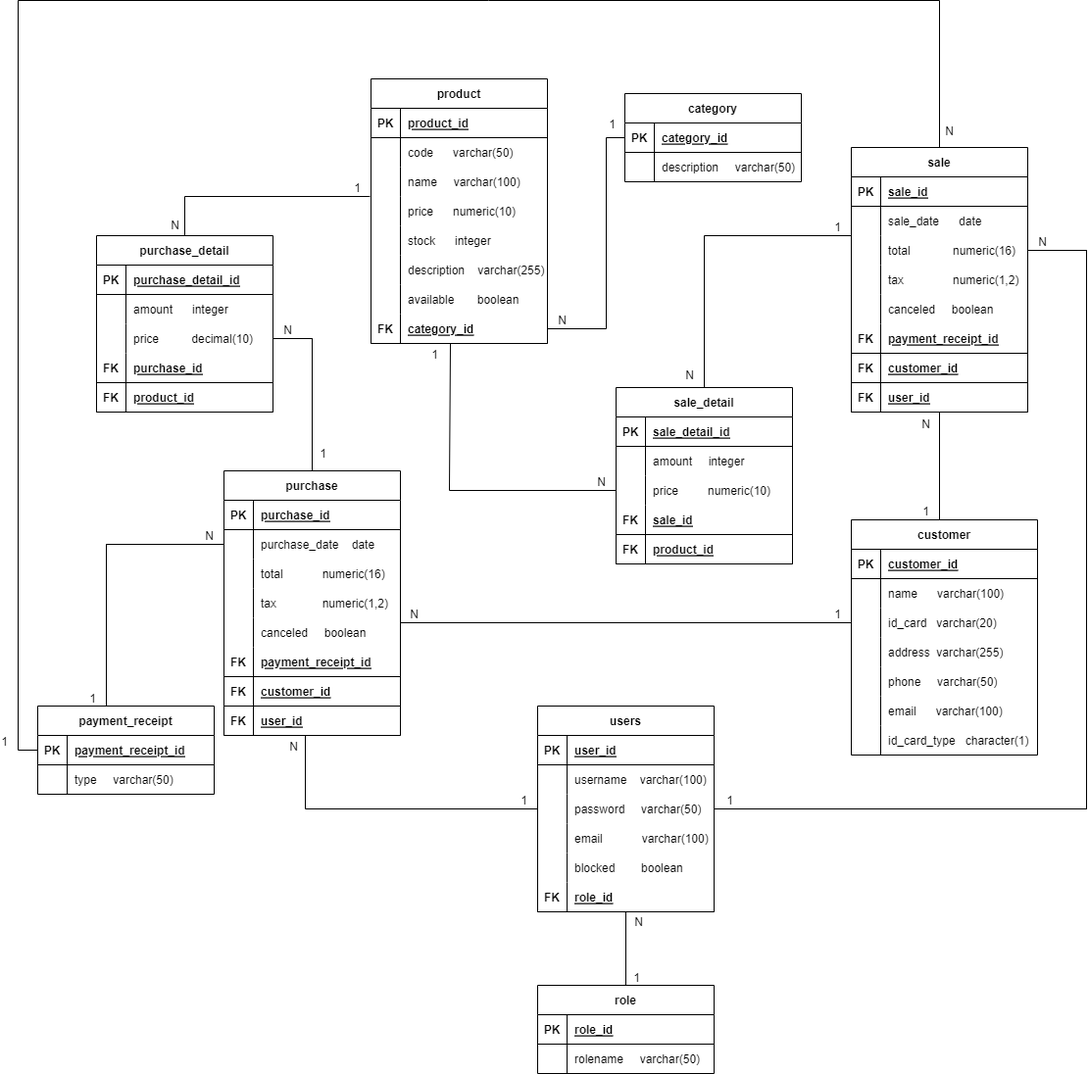
Earlier version of the draw.io export Database_inventory_Model.drawio.png (andreslond/inventory-microservices). Source tidied: cells renumbered, new cells last; positions are measured from the earlier drawing's top-left corner, leaving out a move shared by most shapes.
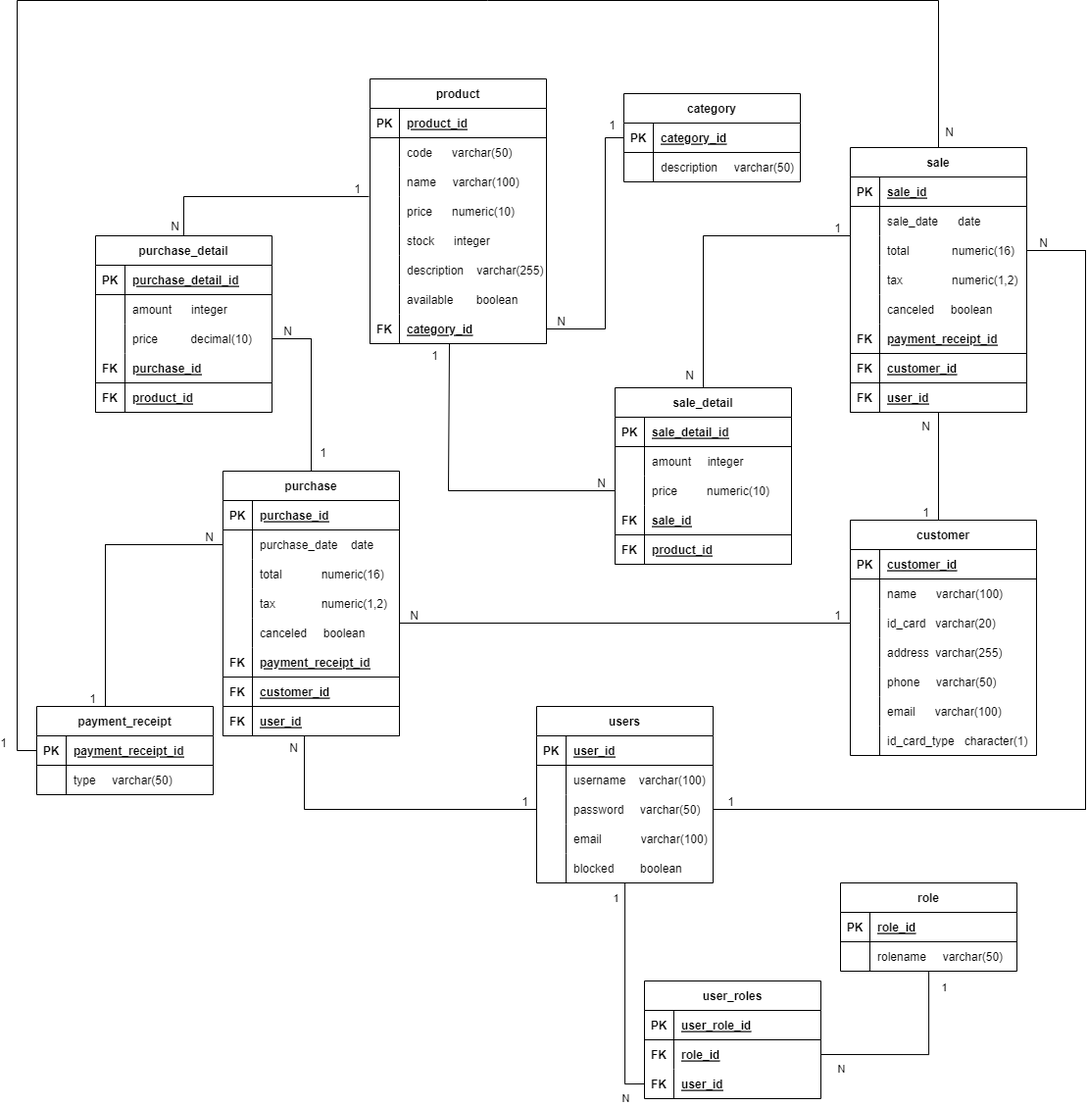
After the change.

Commit message:
Updateed diagram.

What changed in the source:
```diff
@@ -484,8 +484,16 @@
     <mxCell id="149" value="id_card_type   character(1)" style="shape=partialRectangle;fillColor=none;top=0;left=0;bottom=0;right=0;align=left;spacingLeft=6;overflow=hidden;" parent="147" vertex="1">
       <mxGeometry x="30" width="160" height="30" as="geometry" />
     </mxCell>
+    <mxCell id="212" value="N" style="edgeStyle=orthogonalEdgeStyle;jettySize=auto;html=1;entryX=0;entryY=0.5;entryDx=0;entryDy=0;strokeColor=default;rounded=0;startArrow=none;startFill=0;endArrow=none;endFill=0;" parent="1" edge="1" source="150" target="222">
+      <mxGeometry x="0.82" y="-15" relative="1" as="geometry" />
+    </mxCell>
+    <mxCell id="213" value="1" style="edgeLabel;html=1;align=center;verticalAlign=middle;" parent="212" vertex="1">
+      <mxGeometry x="-0.8" y="-1" relative="1" as="geometry">
+        <mxPoint x="-9" y="-7" as="offset" />
+      </mxGeometry>
+    </mxCell>
     <mxCell id="150" value="users" style="shape=table;startSize=30;rowLines=0;fontStyle=1;align=center;" parent="1" vertex="1">
-      <mxGeometry x="530" y="720" width="180" height="210" as="geometry" />
+      <mxGeometry x="530" y="720" width="180" height="180" as="geometry" />
     </mxCell>
     <mxCell id="151" style="shape=tableRow;horizontal=0;startSize=0;swimlaneHead=0;swimlaneBody=0;fillColor=none;top=0;left=0;right=0;bottom=1;" parent="150" vertex="1">
       <mxGeometry y="30" width="180" height="30" as="geometry" />
@@ -532,15 +540,6 @@
     <mxCell id="165" value="blocked        boolean" style="shape=partialRectangle;fillColor=none;top=0;left=0;bottom=0;right=0;align=left;spacingLeft=6;overflow=hidden;" parent="163" vertex="1">
       <mxGeometry x="30" width="150" height="30" as="geometry" />
     </mxCell>
-    <mxCell id="166" style="shape=tableRow;horizontal=0;startSize=0;swimlaneHead=0;swimlaneBody=0;fillColor=none;top=0;left=0;right=0;bottom=1;" parent="150" vertex="1">
-      <mxGeometry y="180" width="180" height="30" as="geometry" />
-    </mxCell>
-    <mxCell id="167" value="FK" style="shape=partialRectangle;fillColor=none;top=0;left=0;bottom=0;right=0;fontStyle=1;overflow=hidden;" parent="166" vertex="1">
-      <mxGeometry width="30" height="30" as="geometry" />
-    </mxCell>
-    <mxCell id="168" value="role_id" style="shape=partialRectangle;fillColor=none;top=0;left=0;bottom=0;right=0;align=left;spacingLeft=6;fontStyle=5;overflow=hidden;" parent="166" vertex="1">
-      <mxGeometry x="30" width="150" height="30" as="geometry" />
-    </mxCell>
     <mxCell id="169" style="endArrow=none;html=1;rounded=0;" parent="1" edge="1">
       <mxGeometry relative="1" as="geometry">
         <mxPoint x="940" y="420" as="sourcePoint" />
@@ -611,8 +610,16 @@
         <mxPoint x="20" as="offset" />
       </mxGeometry>
     </mxCell>
+    <mxCell id="214" value="N" style="edgeStyle=orthogonalEdgeStyle;rounded=0;jettySize=auto;html=1;entryX=1;entryY=0.5;entryDx=0;entryDy=0;endArrow=none;endFill=0;" parent="1" edge="1" source="181" target="220">
+      <mxGeometry x="0.79" y="15" relative="1" as="geometry" />
+    </mxCell>
+    <mxCell id="215" value="1" style="edgeLabel;html=1;align=center;verticalAlign=middle;" parent="214" vertex="1">
+      <mxGeometry x="-0.82" y="3" relative="1" as="geometry">
+        <mxPoint x="12" as="offset" />
+      </mxGeometry>
+    </mxCell>
     <mxCell id="181" value="role" style="shape=table;startSize=30;rowLines=0;fontStyle=1;align=center;" parent="1" vertex="1">
-      <mxGeometry x="530" y="1005" width="180" height="90" as="geometry" />
+      <mxGeometry x="840" y="900" width="180" height="90" as="geometry" />
     </mxCell>
     <mxCell id="182" style="shape=tableRow;horizontal=0;startSize=0;swimlaneHead=0;swimlaneBody=0;fillColor=none;top=0;left=0;right=0;bottom=1;" parent="181" vertex="1">
       <mxGeometry y="30" width="180" height="30" as="geometry" />
@@ -632,16 +639,6 @@
     <mxCell id="187" value="rolename     varchar(50)" style="shape=partialRectangle;fillColor=none;top=0;left=0;bottom=0;right=0;align=left;spacingLeft=6;overflow=hidden;" parent="185" vertex="1">
       <mxGeometry x="30" width="150" height="30" as="geometry" />
     </mxCell>
-    <mxCell id="188" style="endArrow=none;html=1;rounded=0;entryX=0.5;entryY=0;entryDx=0;entryDy=0;" parent="1" edge="1" target="181">
-      <mxGeometry relative="1" as="geometry">
-        <mxPoint x="620" y="930" as="sourcePoint" />
-      </mxGeometry>
-    </mxCell>
-    <mxCell id="189" value="1" style="html=1;align=right;verticalAlign=bottom;" parent="188" vertex="1">
-      <mxGeometry x="1" relative="1" as="geometry">
-        <mxPoint x="15" as="offset" />
-      </mxGeometry>
-    </mxCell>
     <mxCell id="190" value="payment_receipt" style="shape=table;startSize=30;rowLines=0;fontStyle=1;align=center;" parent="1" vertex="1">
       <mxGeometry x="20" y="720" width="180" height="90" as="geometry" />
     </mxCell>
@@ -732,13 +729,38 @@
     <mxCell id="209" value="1" style="html=1;align=right;verticalAlign=bottom;" parent="1" vertex="1">
       <mxGeometry x="429" y="370" as="geometry" />
     </mxCell>
-    <mxCell id="210" value="N" style="html=1;align=right;verticalAlign=bottom;" parent="1" vertex="1">
-      <mxGeometry x="636.1" y="933" as="geometry">
-        <mxPoint x="1" y="16" as="offset" />
-      </mxGeometry>
-    </mxCell>
     <mxCell id="211" value="1" style="html=1;align=right;verticalAlign=bottom;" parent="1" vertex="1">
       <mxGeometry x="610" y="135" as="geometry" />
     </mxCell>
+    <mxCell id="216" value="user_roles" style="shape=table;startSize=30;rowLines=0;fontStyle=1;align=center;" parent="1" vertex="1">
+      <mxGeometry x="640" y="1000" width="180" height="120" as="geometry" />
+    </mxCell>
+    <mxCell id="217" style="shape=tableRow;horizontal=0;startSize=0;swimlaneHead=0;swimlaneBody=0;fillColor=none;top=0;left=0;right=0;bottom=1;" parent="216" vertex="1">
+      <mxGeometry y="30" width="180" height="30" as="geometry" />
+    </mxCell>
+    <mxCell id="218" value="PK" style="shape=partialRectangle;fillColor=none;top=0;left=0;bottom=0;right=0;fontStyle=1;overflow=hidden;" parent="217" vertex="1">
+      <mxGeometry width="30" height="30" as="geometry" />
+    </mxCell>
+    <mxCell id="219" value="user_role_id" style="shape=partialRectangle;fillColor=none;top=0;left=0;bottom=0;right=0;align=left;spacingLeft=6;fontStyle=5;overflow=hidden;" parent="217" vertex="1">
+      <mxGeometry x="30" width="150" height="30" as="geometry" />
+    </mxCell>
+    <mxCell id="220" style="shape=tableRow;horizontal=0;startSize=0;swimlaneHead=0;swimlaneBody=0;fillColor=none;points=[[0,0.5],[1,0.5]];portConstraint=eastwest;top=0;left=0;right=0;bottom=0;fontStyle=0;" parent="216" vertex="1">
+      <mxGeometry y="60" width="180" height="30" as="geometry" />
+    </mxCell>
+    <mxCell id="221" value="FK" style="shape=partialRectangle;fillColor=none;top=0;left=0;bottom=0;right=0;overflow=hidden;fontStyle=1;" parent="220" vertex="1">
+      <mxGeometry width="30" height="30" as="geometry" />
+    </mxCell>
+    <mxCell id="168" value="role_id" style="shape=partialRectangle;fillColor=none;top=0;left=0;bottom=0;right=0;align=left;spacingLeft=6;overflow=hidden;fontStyle=5;" parent="220" vertex="1">
+      <mxGeometry x="30" width="150" height="30" as="geometry" />
+    </mxCell>
+    <mxCell id="222" style="shape=tableRow;horizontal=0;startSize=0;swimlaneHead=0;swimlaneBody=0;fillColor=none;points=[[0,0.5],[1,0.5]];portConstraint=eastwest;top=0;left=0;right=0;bottom=0;" parent="216" vertex="1">
+      <mxGeometry y="90" width="180" height="30" as="geometry" />
+    </mxCell>
+    <mxCell id="223" value="FK" style="shape=partialRectangle;fillColor=none;top=0;left=0;bottom=0;right=0;overflow=hidden;fontStyle=1;" parent="222" vertex="1">
+      <mxGeometry width="30" height="30" as="geometry" />
+    </mxCell>
+    <mxCell id="224" value="user_id" style="shape=partialRectangle;fillColor=none;top=0;left=0;bottom=0;right=0;align=left;spacingLeft=6;overflow=hidden;fontStyle=5;" parent="222" vertex="1">
+      <mxGeometry x="30" width="150" height="30" as="geometry" />
+    </mxCell>
   </root>
 </mxGraphModel>
```
